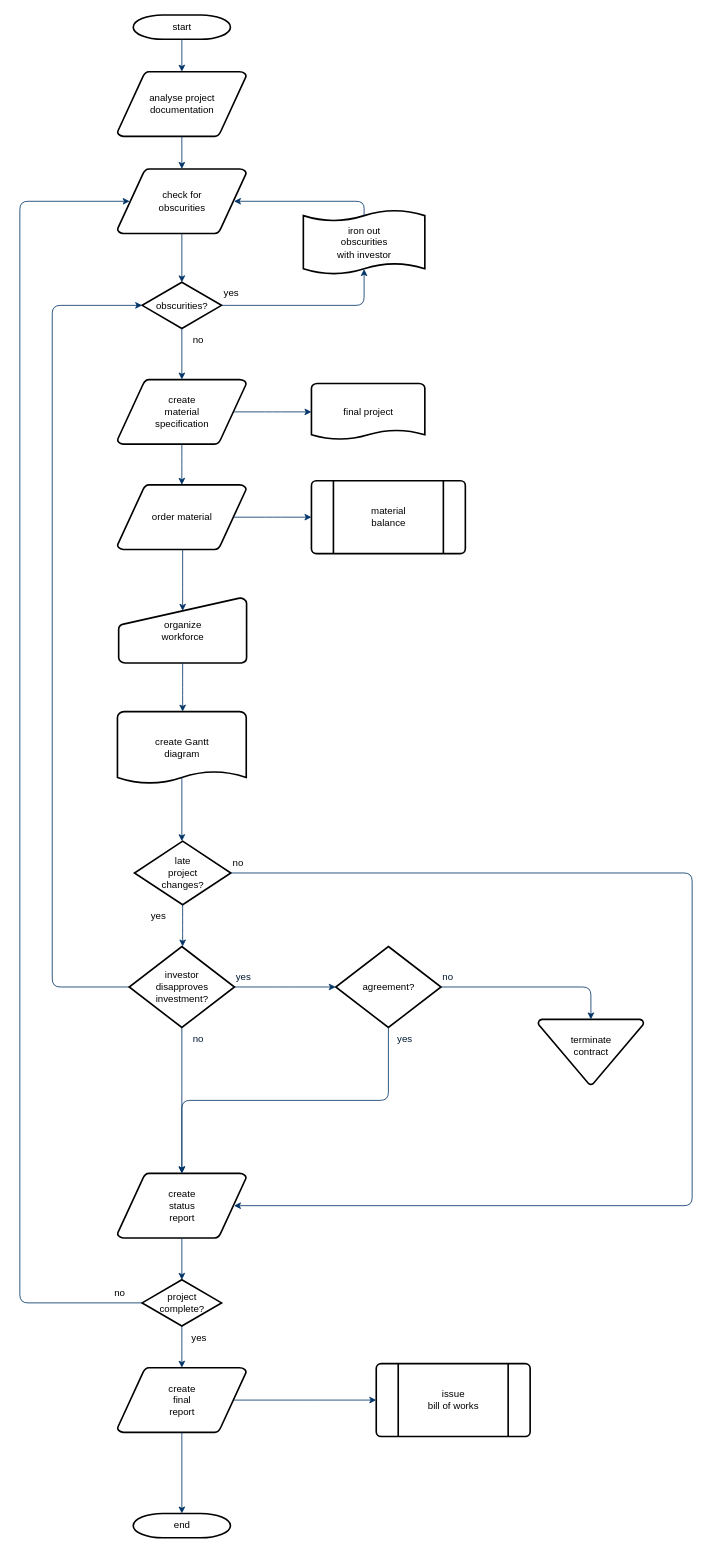
This is 首页.drawio from yizhaorong/imageBed, a draw.io file, before an edit. Source tidied: cells renumbered, new cells numbered last; positions are measured from the earlier drawing's top-left corner, leaving out a move shared by most shapes. Both pictures are drawn from the tidied source at 81%, with x=0, y=0 at pixel (19, 15).
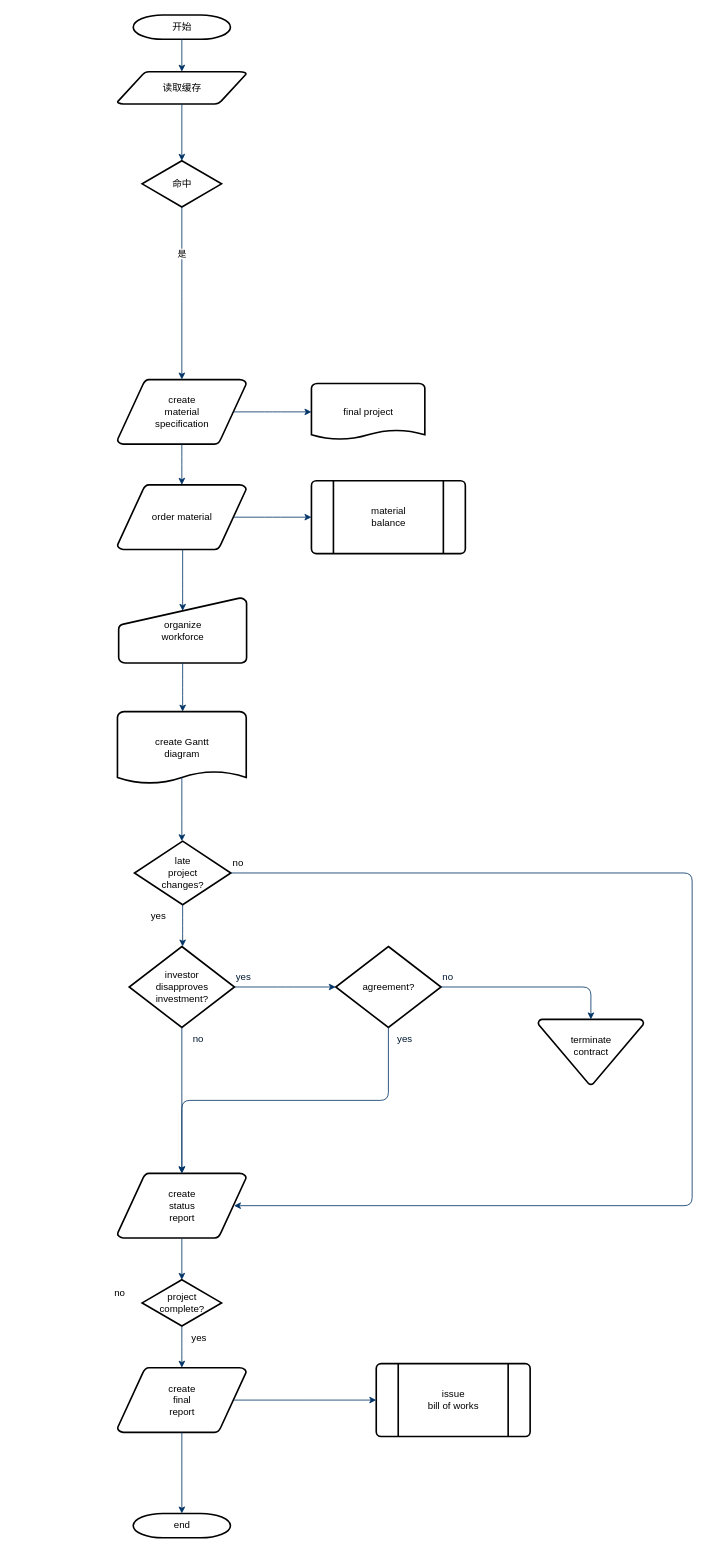
The same page after the edit.

Commit message:
首页主流程.drawio

Unchanged cells that the change refers to:
```xml
<mxCell id="12" style="edgeStyle=elbowEdgeStyle;elbow=horizontal;fontColor=#001933;fontStyle=1;strokeColor=#003366;strokeWidth=1;html=1;" parent="1" edge="1" source="6" target="4">
  <mxGeometry as="geometry" />
</mxCell>
<mxCell id="28" value="investor&#10;disapproves&#10; investment?" style="shape=mxgraph.flowchart.decision;strokeWidth=2;gradientColor=none;gradientDirection=north;fontStyle=0;html=1;" parent="1" vertex="1">
  <mxGeometry x="135" y="1150" width="130" height="100" as="geometry" />
</mxCell>
<mxCell id="37" value="project&#10;complete?" style="shape=mxgraph.flowchart.decision;strokeWidth=2;gradientColor=none;gradientDirection=north;fontStyle=0;html=1;" parent="1" vertex="1">
  <mxGeometry x="151" y="1561.5" width="98" height="57" as="geometry" />
</mxCell>
```

The edit, as a diff of the source:
```diff
@@
-    <mxCell id="2" value="start" style="shape=mxgraph.flowchart.terminator;strokeWidth=2;gradientColor=none;gradientDirection=north;fontStyle=0;html=1;" parent="1" vertex="1">
+    <mxCell id="2" value="开始" style="shape=mxgraph.flowchart.terminator;strokeWidth=2;gradientColor=none;gradientDirection=north;fontStyle=0;html=1;" parent="1" vertex="1">
       <mxGeometry x="140" width="120" height="30" as="geometry" />
     </mxCell>
-    <mxCell id="3" value="analyse project&#10; documentation" style="shape=mxgraph.flowchart.data;strokeWidth=2;gradientColor=none;gradientDirection=north;fontStyle=0;html=1;" parent="1" vertex="1">
-      <mxGeometry x="120.5" y="70" width="159" height="80" as="geometry" />
+    <mxCell id="3" value="读取缓存" style="shape=mxgraph.flowchart.data;strokeWidth=2;gradientColor=none;gradientDirection=north;fontStyle=0;html=1;" parent="1" vertex="1">
+      <mxGeometry x="120.5" y="70" width="159" height="40" as="geometry" />
     </mxCell>
@@
-    <mxCell id="5" value="check for&#10;obscurities" style="shape=mxgraph.flowchart.data;strokeWidth=2;gradientColor=none;gradientDirection=north;fontStyle=0;html=1;" parent="1" vertex="1">
-      <mxGeometry x="120.5" y="190" width="159" height="80" as="geometry" />
-    </mxCell>
-    <mxCell id="6" value="obscurities?" style="shape=mxgraph.flowchart.decision;strokeWidth=2;gradientColor=none;gradientDirection=north;fontStyle=0;html=1;" parent="1" vertex="1">
-      <mxGeometry x="151" y="330" width="98" height="57" as="geometry" />
+    <mxCell id="6" value="命中" style="shape=mxgraph.flowchart.decision;strokeWidth=2;gradientColor=none;gradientDirection=north;fontStyle=0;html=1;" parent="1" vertex="1">
+      <mxGeometry x="151" y="180" width="98" height="57" as="geometry" />
     </mxCell>
@@
-    <mxCell id="8" style="fontStyle=1;strokeColor=#003366;strokeWidth=1;html=1;" parent="1" edge="1" source="3" target="5">
+    <mxCell id="8" style="fontStyle=1;strokeColor=#003366;strokeWidth=1;html=1;" parent="1" edge="1" source="3" target="6">
       <mxGeometry relative="1" as="geometry" />
     </mxCell>
-    <mxCell id="9" style="entryX=0.5;entryY=0;entryPerimeter=0;fontStyle=1;strokeColor=#003366;strokeWidth=1;html=1;" parent="1" edge="1" source="5" target="6">
-      <mxGeometry relative="1" as="geometry" />
-    </mxCell>
-    <mxCell id="10" style="edgeStyle=elbowEdgeStyle;elbow=horizontal;entryX=0.5;entryY=0.91;entryPerimeter=0;exitX=1;exitY=0.5;exitPerimeter=0;fontStyle=1;strokeColor=#003366;strokeWidth=1;html=1;" parent="1" edge="1" source="6" target="51">
-      <mxGeometry x="381" y="28.5" as="geometry">
-        <Array as="points">
-          <mxPoint x="425" y="340" />
-        </Array>
-      </mxGeometry>
-    </mxCell>
-    <mxCell id="11" value="yes" style="text;fontStyle=0;html=1;strokeColor=none;gradientColor=none;fillColor=none;strokeWidth=2;" parent="1" vertex="1">
-      <mxGeometry x="250" y="330" width="40" height="26" as="geometry" />
-    </mxCell>
@@
+    <mxCell id="56" value="是" style="edgeLabel;html=1;align=center;verticalAlign=middle;" parent="12" vertex="1">
+      <mxGeometry relative="1" as="geometry">
+        <mxPoint x="-1" y="-50" as="offset" />
+      </mxGeometry>
+    </mxCell>
@@
-    <mxCell id="14" value="no" style="text;fontStyle=0;html=1;strokeColor=none;gradientColor=none;fillColor=none;strokeWidth=2;align=center;" parent="1" vertex="1">
-      <mxGeometry x="200" y="387" width="40" height="26" as="geometry" />
-    </mxCell>
@@
-    <mxCell id="26" style="edgeStyle=elbowEdgeStyle;elbow=horizontal;exitX=0;exitY=0.5;exitPerimeter=0;entryX=0;entryY=0.5;entryPerimeter=0;fontStyle=1;strokeColor=#003366;strokeWidth=1;html=1;" parent="1" edge="1" source="28" target="6">
-      <mxGeometry as="geometry">
-        <Array as="points">
-          <mxPoint x="40" y="790" />
-        </Array>
-      </mxGeometry>
-    </mxCell>
@@
-    <mxCell id="51" value="iron out&#10;obscurities &#10;with investor" style="shape=mxgraph.flowchart.paper_tape;strokeWidth=2;gradientColor=none;gradientDirection=north;fontStyle=0;html=1;" parent="1" vertex="1">
-      <mxGeometry x="350" y="240" width="150" height="81" as="geometry" />
-    </mxCell>
-    <mxCell id="52" style="edgeStyle=elbowEdgeStyle;elbow=horizontal;exitX=0.5;exitY=0.09;exitPerimeter=0;entryX=0.905;entryY=0.5;entryPerimeter=0;fontStyle=1;strokeColor=#003366;strokeWidth=1;html=1;" parent="1" edge="1" source="51" target="5">
-      <mxGeometry as="geometry">
-        <Array as="points">
-          <mxPoint x="425" y="240" />
-        </Array>
-      </mxGeometry>
-    </mxCell>
@@
-    <mxCell id="54" style="edgeStyle=elbowEdgeStyle;elbow=horizontal;exitX=0;exitY=0.5;exitPerimeter=0;entryX=0.095;entryY=0.5;entryPerimeter=0;fontStyle=1;strokeColor=#003366;strokeWidth=1;html=1;" parent="1" edge="1" source="37" target="5">
-      <mxGeometry as="geometry">
-        <Array as="points">
-          <mxPoint y="910" />
-        </Array>
-      </mxGeometry>
-    </mxCell>
```
